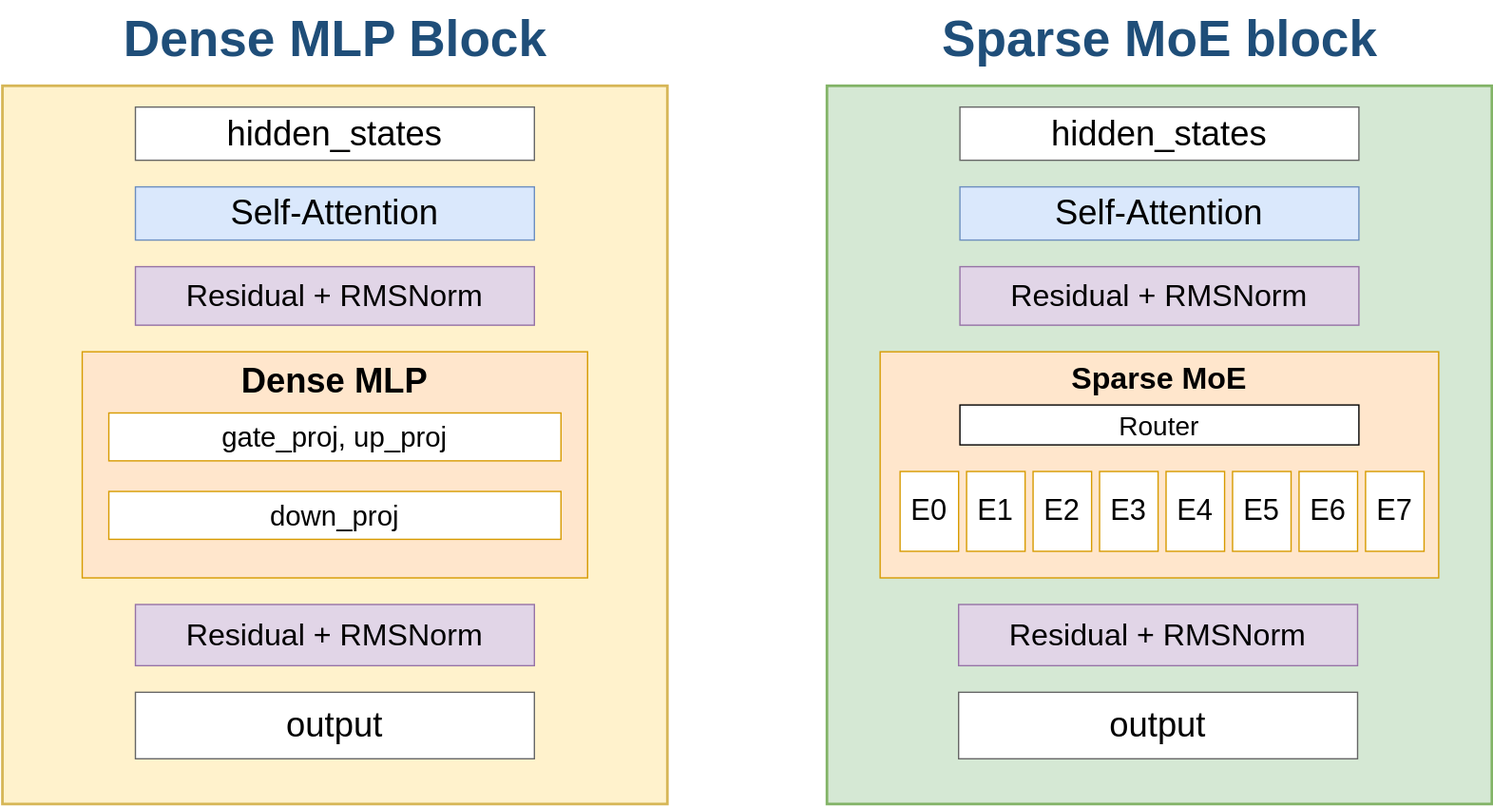
Before: docs/examples/te_mixtral/media/dense_to_sparse.svg, a diagram exported from draw.io (NVIDIA/TransformerEngine). Source tidied: cells renumbered, new cells last; positions are measured from the earlier drawing's top-left corner, leaving out a move shared by most shapes.
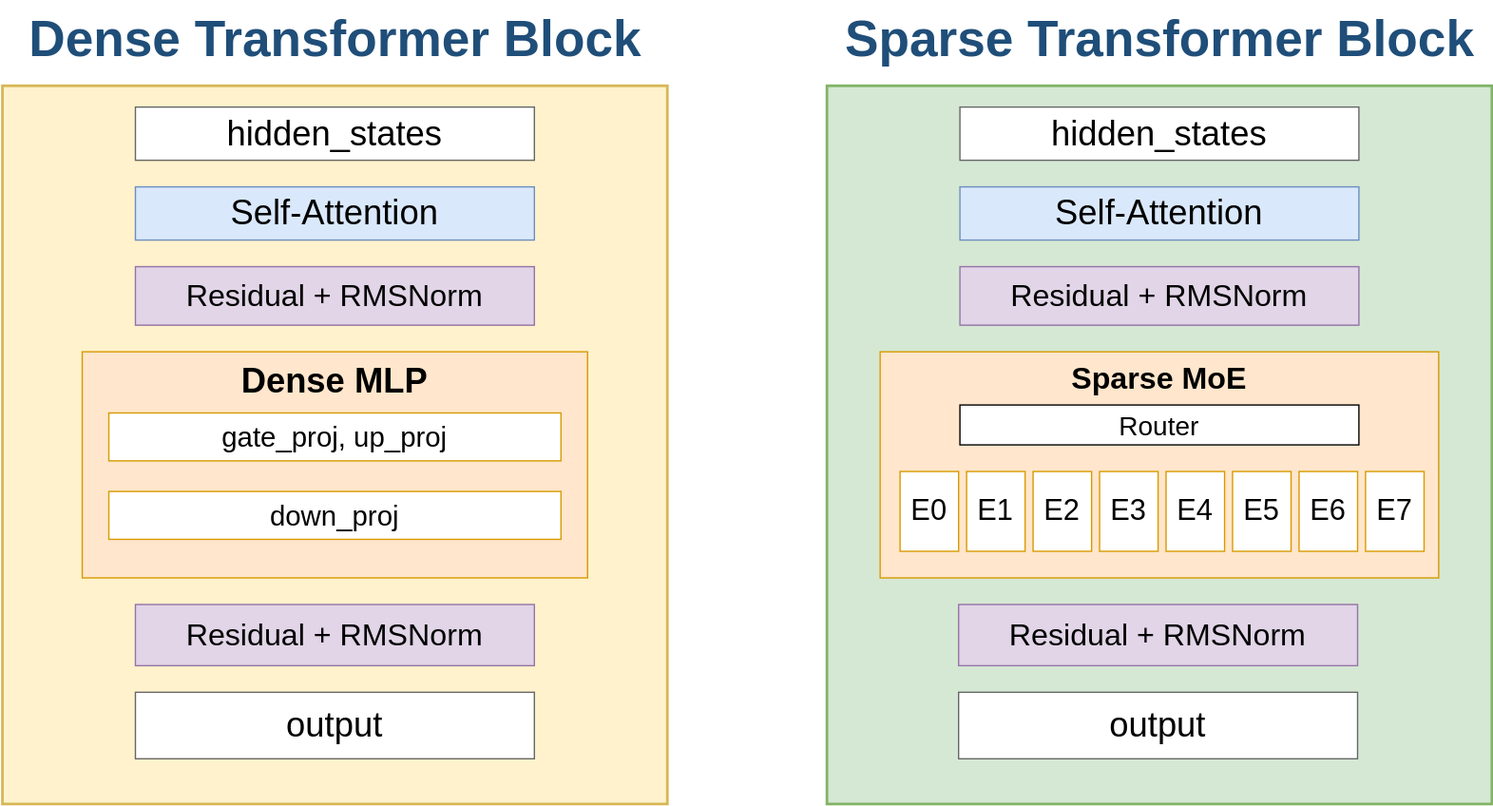
Later version of the same file.

Diff of the diagram source:
```diff
@@ -2,10 +2,10 @@
   <root>
     <mxCell id="0" />
     <mxCell id="1" parent="0" />
-    <mxCell id="2" value="Dense MLP Block" style="text;html=1;align=center;fontSize=38;fontStyle=1;fontColor=#1F4E79;" parent="1" vertex="1">
+    <mxCell id="2" value="Dense Transformer Block" style="text;html=1;align=center;fontSize=38;fontStyle=1;fontColor=#1F4E79;" parent="1" vertex="1">
       <mxGeometry width="500" height="32" as="geometry" />
     </mxCell>
-    <mxCell id="3" value="Sparse MoE block" style="text;html=1;align=center;fontSize=38;fontStyle=1;fontColor=#1F4E79;" parent="1" vertex="1">
+    <mxCell id="3" value="Sparse Transformer Block" style="text;html=1;align=center;fontSize=38;fontStyle=1;fontColor=#1F4E79;" parent="1" vertex="1">
       <mxGeometry x="620" width="500" height="32" as="geometry" />
     </mxCell>
     <mxCell id="4" style="rounded=0;whiteSpace=wrap;html=1;fillColor=#FFF2CC;strokeColor=#D6B656;strokeWidth=2;" parent="1" vertex="1">
```
